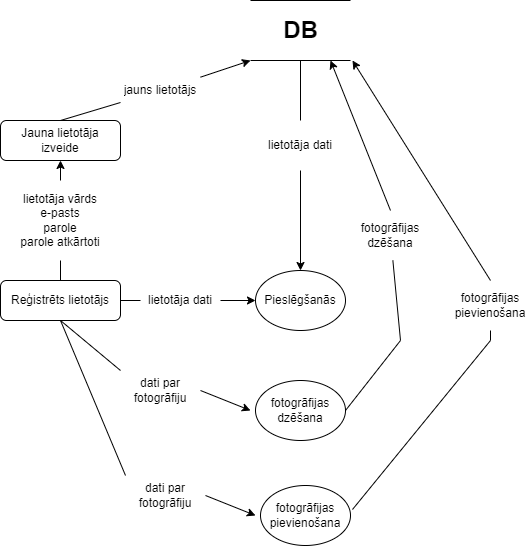
Above: Диаграмма без названия2.drawio.png in teaheey/Vivatels (draw.io), before the change. Source tidied: cells renumbered, new cells last; positions are measured from the earlier drawing's top-left corner, leaving out a move shared by most shapes.
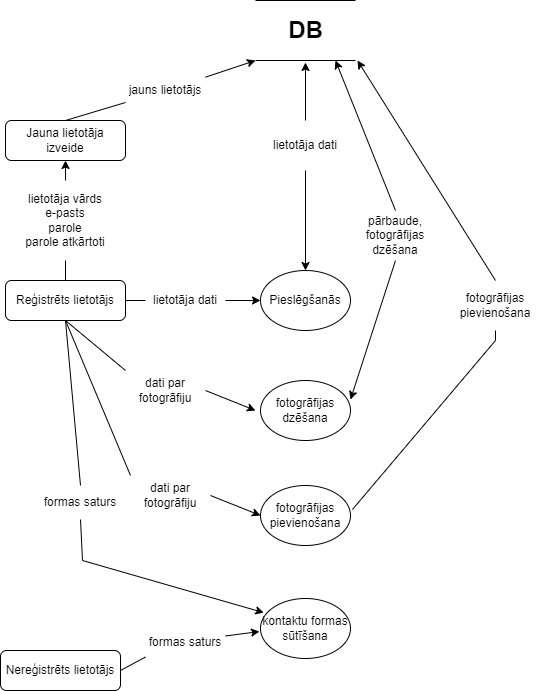
Above is the later version.

The edit, as a diff of the source:
```diff
@@ -73,11 +73,6 @@
         <mxGeometry x="260" y="120" width="80" height="50" as="geometry" />
       </mxCell>
     </object>
-    <mxCell id="19" style="endArrow=none;html=1;rounded=0;entryX=0.5;entryY=0;entryDx=0;entryDy=0;" parent="1" edge="1" target="18">
-      <mxGeometry relative="1" as="geometry">
-        <mxPoint x="300" y="60" as="sourcePoint" />
-      </mxGeometry>
-    </mxCell>
     <mxCell id="20" style="endArrow=classic;html=1;rounded=0;exitX=1;exitY=0.5;exitDx=0;exitDy=0;startArrow=none;" parent="1" edge="1" source="22">
       <mxGeometry relative="1" as="geometry">
         <mxPoint x="250" y="410" as="targetPoint" />
@@ -99,25 +94,18 @@
         <mxPoint x="330" y="60" as="targetPoint" />
       </mxGeometry>
     </mxCell>
-    <object id="25" label="fotogrāfijas dzēšana" name="Variable" placeholders="1">
+    <object id="25" label="pārbaude,&lt;br&gt;fotogrāfijas dzēšana" name="Variable" placeholders="1">
       <mxCell style="text;html=1;strokeColor=none;fillColor=none;align=center;verticalAlign=middle;whiteSpace=wrap;overflow=hidden;" parent="1" vertex="1">
         <mxGeometry x="350" y="210" width="80" height="50" as="geometry" />
       </mxCell>
     </object>
-    <mxCell id="26" style="endArrow=none;html=1;rounded=0;exitX=1;exitY=0.5;exitDx=0;exitDy=0;" parent="1" edge="1" source="21" target="25">
-      <mxGeometry relative="1" as="geometry">
-        <Array as="points">
-          <mxPoint x="400" y="340" />
-        </Array>
-      </mxGeometry>
-    </mxCell>
     <mxCell id="27" style="endArrow=classic;html=1;rounded=0;exitX=1;exitY=0.5;exitDx=0;exitDy=0;startArrow=none;" parent="1" edge="1" source="29">
       <mxGeometry relative="1" as="geometry">
         <mxPoint x="255" y="515" as="targetPoint" />
       </mxGeometry>
     </mxCell>
     <mxCell id="28" value="fotogrāfijas pievienošana" style="ellipse;whiteSpace=wrap;html=1;" parent="1" vertex="1">
-      <mxGeometry x="260" y="485" width="90" height="60" as="geometry" />
+      <mxGeometry x="255" y="485" width="90" height="60" as="geometry" />
     </mxCell>
     <object id="29" label="dati par fotogrāfiju" name="Variable" placeholders="1">
       <mxCell style="text;html=1;strokeColor=none;fillColor=none;align=center;verticalAlign=middle;whiteSpace=wrap;overflow=hidden;" parent="1" vertex="1">
@@ -144,5 +132,47 @@
         </Array>
       </mxGeometry>
     </mxCell>
+    <mxCell id="34" value="Nereģistrēts lietotājs" style="rounded=1;whiteSpace=wrap;html=1;fontSize=12;glass=0;strokeWidth=1;shadow=0;" parent="1" vertex="1">
+      <mxGeometry x="-5" y="650" width="120" height="40" as="geometry" />
+    </mxCell>
+    <mxCell id="35" value="kontaktu formas sūtīšana" style="ellipse;whiteSpace=wrap;html=1;" parent="1" vertex="1">
+      <mxGeometry x="255" y="598" width="90" height="60" as="geometry" />
+    </mxCell>
+    <mxCell id="36" style="endArrow=classic;html=1;rounded=0;exitX=1;exitY=0.388;exitDx=0;exitDy=0;startArrow=none;exitPerimeter=0;" parent="1" edge="1" source="37">
+      <mxGeometry relative="1" as="geometry">
+        <mxPoint x="254" y="631" as="targetPoint" />
+      </mxGeometry>
+    </mxCell>
+    <object id="37" label="formas saturs" name="Variable" placeholders="1">
+      <mxCell style="text;html=1;strokeColor=none;fillColor=none;align=center;verticalAlign=middle;whiteSpace=wrap;overflow=hidden;" parent="1" vertex="1">
+        <mxGeometry x="140" y="613" width="80" height="58" as="geometry" />
+      </mxCell>
+    </object>
+    <mxCell id="38" style="endArrow=none;html=1;rounded=0;exitX=1;exitY=0.5;exitDx=0;exitDy=0;entryX=0;entryY=0.75;entryDx=0;entryDy=0;" parent="1" edge="1" source="34" target="37">
+      <mxGeometry relative="1" as="geometry" />
+    </mxCell>
+    <mxCell id="39" style="endArrow=classic;html=1;rounded=0;exitX=0.5;exitY=1;exitDx=0;exitDy=0;entryX=0.037;entryY=0.236;entryDx=0;entryDy=0;entryPerimeter=0;startArrow=none;" parent="1" edge="1" source="40" target="35">
+      <mxGeometry relative="1" as="geometry">
+        <Array as="points">
+          <mxPoint x="77" y="560" />
+        </Array>
+      </mxGeometry>
+    </mxCell>
+    <object id="40" label="formas saturs" name="Variable" placeholders="1">
+      <mxCell style="text;html=1;strokeColor=none;fillColor=none;align=center;verticalAlign=middle;whiteSpace=wrap;overflow=hidden;" parent="1" vertex="1">
+        <mxGeometry x="35" y="485" width="80" height="34" as="geometry" />
+      </mxCell>
+    </object>
+    <mxCell id="41" style="endArrow=none;html=1;rounded=0;exitX=0.5;exitY=1;exitDx=0;exitDy=0;entryX=0.5;entryY=0;entryDx=0;entryDy=0;" parent="1" edge="1" source="2" target="40">
+      <mxGeometry relative="1" as="geometry" />
+    </mxCell>
+    <mxCell id="42" style="endArrow=classic;html=1;rounded=0;exitX=0.5;exitY=0;exitDx=0;exitDy=0;" parent="1" edge="1" source="18">
+      <mxGeometry relative="1" as="geometry">
+        <mxPoint x="300" y="62" as="targetPoint" />
+      </mxGeometry>
+    </mxCell>
+    <mxCell id="43" style="endArrow=classic;html=1;rounded=0;exitX=0.5;exitY=1;exitDx=0;exitDy=0;entryX=1;entryY=0.317;entryDx=0;entryDy=0;entryPerimeter=0;" parent="1" edge="1" source="25" target="21">
+      <mxGeometry relative="1" as="geometry" />
+    </mxCell>
   </root>
 </mxGraphModel>
```
